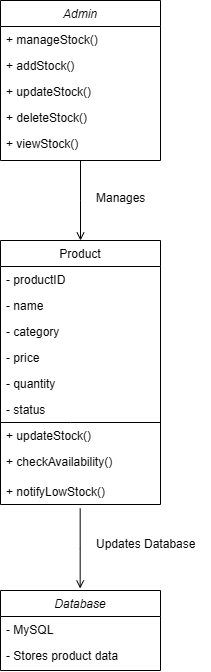
Above: Use Case Diagrams/.png in gavinbarry60/group8 (draw.io), before the change. Source tidied: cells renumbered, new cells last; positions are measured from the earlier drawing's top-left corner, leaving out a move shared by most shapes.
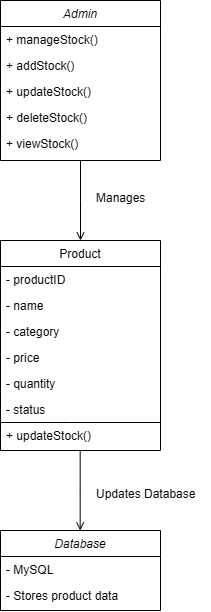
The same file after the commit.

Commit message:
(Admin) Manage Inventory Class Diagram.png

Change to the diagram source:
```diff
@@ -21,7 +21,7 @@
       <mxGeometry y="130" width="160" height="26" as="geometry" />
     </mxCell>
     <mxCell id="8" value="Product" style="swimlane;fontStyle=0;align=center;verticalAlign=top;horizontal=1;startSize=26;rounded=0;shadow=0;strokeWidth=1;" parent="1" vertex="1">
-      <mxGeometry y="240" width="160" height="264" as="geometry" />
+      <mxGeometry y="240" width="160" height="210" as="geometry" />
     </mxCell>
     <mxCell id="9" value="- productID" style="text;align=left;verticalAlign=top;spacingLeft=4;spacingRight=4;overflow=hidden;" parent="8" vertex="1">
       <mxGeometry y="26" width="160" height="26" as="geometry" />
@@ -53,12 +53,6 @@
     <mxCell id="16" value="+ updateStock()" style="text;align=left;verticalAlign=top;spacingLeft=4;spacingRight=4;overflow=hidden;rounded=0;shadow=0;html=0;" parent="8" vertex="1">
       <mxGeometry y="182" width="160" height="26" as="geometry" />
     </mxCell>
-    <mxCell id="17" value="+ checkAvailability()" style="text;align=left;verticalAlign=top;spacingLeft=4;spacingRight=4;overflow=hidden;rounded=0;shadow=0;html=0;" parent="8" vertex="1">
-      <mxGeometry y="208" width="160" height="30" as="geometry" />
-    </mxCell>
-    <mxCell id="18" value="+ notifyLowStock()" style="text;align=left;verticalAlign=top;spacingLeft=4;spacingRight=4;overflow=hidden;rounded=0;shadow=0;html=0;" parent="8" vertex="1">
-      <mxGeometry y="238" width="160" height="26" as="geometry" />
-    </mxCell>
     <mxCell id="19" style="endArrow=open;shadow=0;strokeWidth=1;rounded=0;curved=0;endFill=1;edgeStyle=elbowEdgeStyle;elbow=vertical;" parent="1" edge="1" source="2" target="8">
       <mxGeometry x="0.5" y="41" relative="1" as="geometry">
         <mxPoint x="-40" y="32" as="offset" />
@@ -66,13 +60,13 @@
     </mxCell>
     <mxCell id="20" style="endArrow=open;shadow=0;strokeWidth=1;rounded=0;curved=0;endFill=1;edgeStyle=elbowEdgeStyle;elbow=vertical;" parent="1" edge="1">
       <mxGeometry x="0.5" y="41" relative="1" as="geometry">
-        <mxPoint x="79.7" y="508" as="sourcePoint" />
-        <mxPoint x="79.7" y="588" as="targetPoint" />
+        <mxPoint x="79.7" y="450" as="sourcePoint" />
+        <mxPoint x="79.7" y="530" as="targetPoint" />
         <mxPoint x="-40" y="32" as="offset" />
       </mxGeometry>
     </mxCell>
     <mxCell id="21" value="Database" style="swimlane;fontStyle=2;align=center;verticalAlign=top;horizontal=1;startSize=26;rounded=0;shadow=0;strokeWidth=1;" parent="1" vertex="1">
-      <mxGeometry y="590" width="160" height="80" as="geometry" />
+      <mxGeometry y="530" width="160" height="80" as="geometry" />
     </mxCell>
     <mxCell id="22" value="- MySQL" style="text;align=left;verticalAlign=top;spacingLeft=4;spacingRight=4;overflow=hidden;" parent="21" vertex="1">
       <mxGeometry y="26" width="160" height="26" as="geometry" />
@@ -81,7 +75,7 @@
       <mxGeometry y="52" width="160" height="26" as="geometry" />
     </mxCell>
     <mxCell id="24" value="Updates Database" style="text;align=left;verticalAlign=top;spacingLeft=4;spacingRight=4;overflow=hidden;" parent="1" vertex="1">
-      <mxGeometry x="90" y="530" width="120" height="26" as="geometry" />
+      <mxGeometry x="90" y="480" width="120" height="26" as="geometry" />
     </mxCell>
     <mxCell id="25" value="Manages" style="text;align=left;verticalAlign=top;spacingLeft=4;spacingRight=4;overflow=hidden;" parent="1" vertex="1">
       <mxGeometry x="90" y="184" width="120" height="26" as="geometry" />
```
